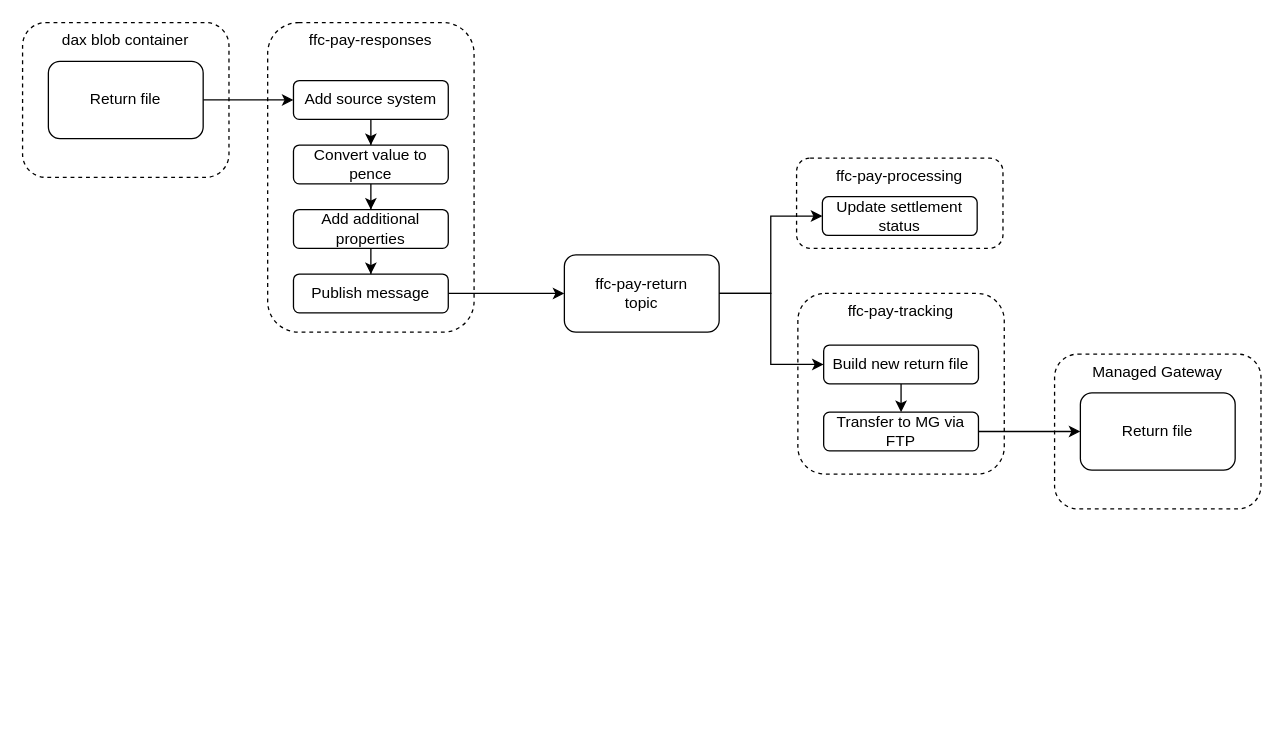
Above: Payments/return-file-processing.drawio in DEFRA/ffc-diagrams (draw.io), before the change. Source tidied: cells renumbered, new cells numbered last; positions are measured from the earlier drawing's top-left corner, leaving out a move shared by most shapes. Both pictures are drawn from the tidied source at 129%, with x=0, y=0 at pixel (22, 22).
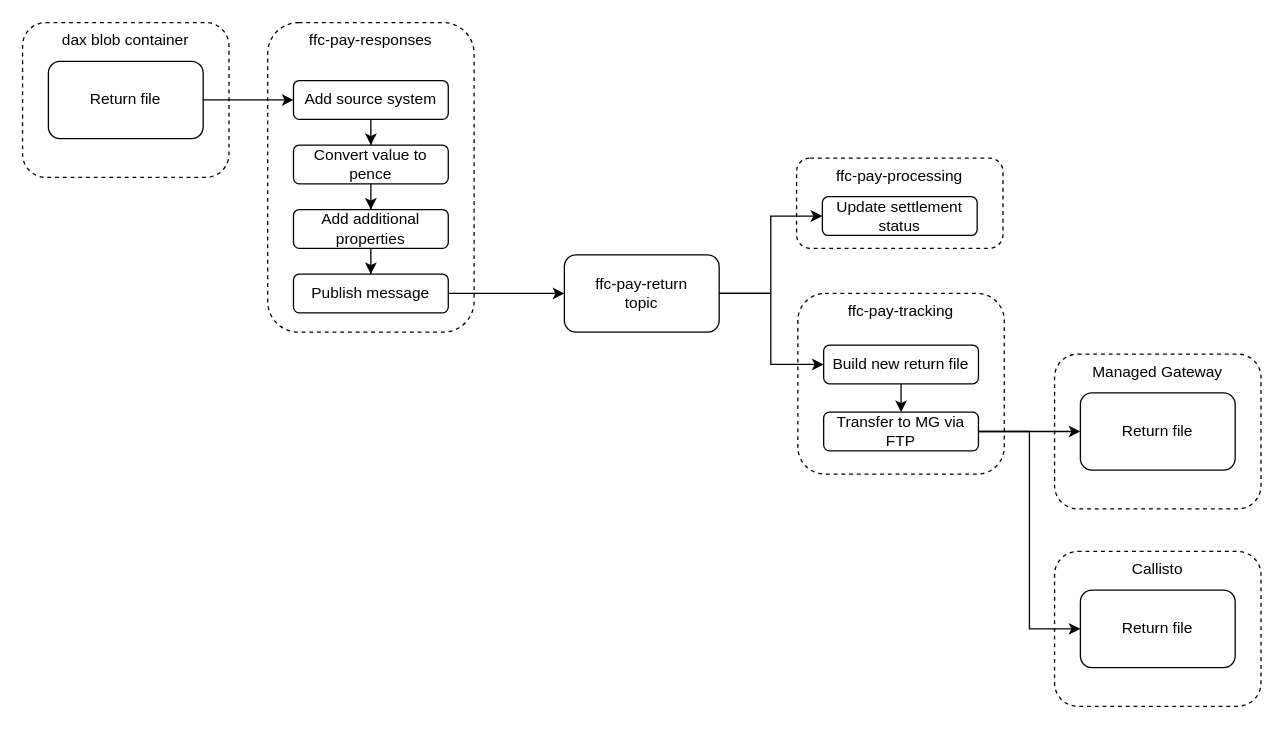
The same page after the edit.

Unchanged cells that the change refers to:
```xml
<mxCell id="22" value="Transfer to MG via FTP" style="rounded=1;whiteSpace=wrap;html=1;" parent="1" vertex="1">
  <mxGeometry x="621" y="302" width="120" height="30" as="geometry" />
</mxCell>
```

The edit, as a diff of the source:
```diff
@@
+    <mxCell id="26" value="Callisto" style="rounded=1;whiteSpace=wrap;html=1;verticalAlign=top;dashed=1;" parent="1" vertex="1">
+      <mxGeometry x="800" y="410" width="160" height="120" as="geometry" />
+    </mxCell>
+    <mxCell id="27" value="Return file" style="rounded=1;whiteSpace=wrap;html=1;" parent="1" vertex="1">
+      <mxGeometry x="820" y="440" width="120" height="60" as="geometry" />
+    </mxCell>
+    <mxCell id="28" style="edgeStyle=orthogonalEdgeStyle;rounded=0;jettySize=auto;html=1;entryX=0;entryY=0.5;entryDx=0;entryDy=0;" parent="1" edge="1" source="22" target="27">
+      <mxGeometry relative="1" as="geometry" />
+    </mxCell>
```
